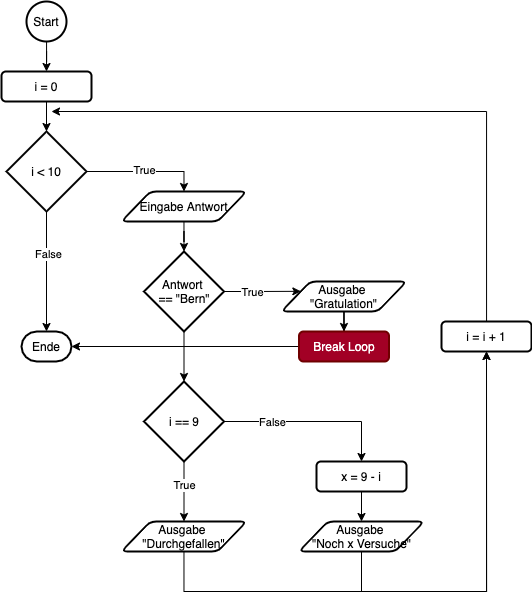
The draw.io diagram unterricht/programmieren/5-loops/files/prüfungssoftware.drawio.png in pgigeruzh/informatik, before a commit. Source tidied: cells renumbered, new cells last; positions are measured from the earlier drawing's top-left corner, leaving out a move shared by most shapes.
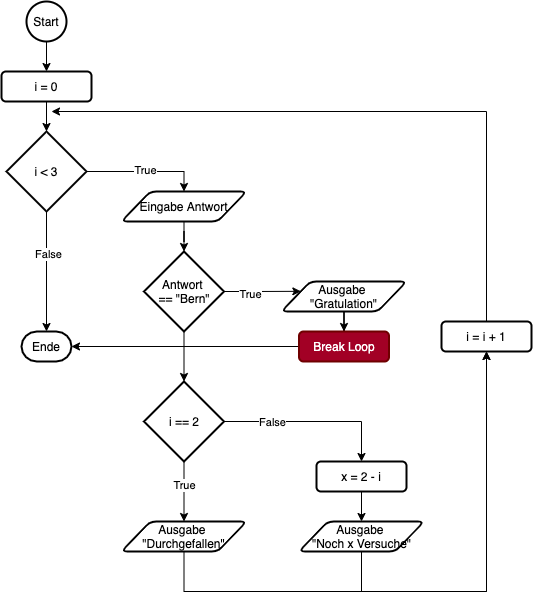
The same diagram one commit later.

The edit, as a diff of the source:
```diff
@@ -23,7 +23,7 @@
     <mxCell id="8" value="False" style="edgeLabel;html=1;align=center;verticalAlign=middle;" parent="7" vertex="1">
       <mxGeometry x="-0.3" y="1" relative="1" as="geometry" />
     </mxCell>
-    <mxCell id="9" value="i &amp;lt; 10" style="strokeWidth=2;html=1;shape=mxgraph.flowchart.decision;whiteSpace=wrap;" parent="1" vertex="1">
+    <mxCell id="9" value="i &amp;lt; 3" style="strokeWidth=2;html=1;shape=mxgraph.flowchart.decision;whiteSpace=wrap;" parent="1" vertex="1">
       <mxGeometry x="5" y="130" width="80" height="80" as="geometry" />
     </mxCell>
     <mxCell id="10" style="edgeStyle=orthogonalEdgeStyle;rounded=0;jettySize=auto;html=1;exitX=0.5;exitY=1;exitDx=0;exitDy=0;entryX=0.5;entryY=0;entryDx=0;entryDy=0;entryPerimeter=0;" parent="1" edge="1" source="11" target="9">
@@ -80,7 +80,7 @@
         <mxPoint x="3" y="-2" as="offset" />
       </mxGeometry>
     </mxCell>
-    <mxCell id="26" value="i == 9" style="strokeWidth=2;html=1;shape=mxgraph.flowchart.decision;whiteSpace=wrap;" parent="1" vertex="1">
+    <mxCell id="26" value="i == 2" style="strokeWidth=2;html=1;shape=mxgraph.flowchart.decision;whiteSpace=wrap;" parent="1" vertex="1">
       <mxGeometry x="142.5" y="380" width="80" height="80" as="geometry" />
     </mxCell>
     <mxCell id="27" style="edgeStyle=orthogonalEdgeStyle;rounded=0;jettySize=auto;html=1;entryX=0.5;entryY=1;entryDx=0;entryDy=0;" parent="1" edge="1" source="28" target="34">
@@ -108,7 +108,7 @@
     <mxCell id="31" style="edgeStyle=orthogonalEdgeStyle;rounded=0;jettySize=auto;html=1;exitX=0.5;exitY=1;exitDx=0;exitDy=0;entryX=0.5;entryY=0;entryDx=0;entryDy=0;" parent="1" edge="1" source="32" target="30">
       <mxGeometry relative="1" as="geometry" />
     </mxCell>
-    <mxCell id="32" value="&lt;span&gt;x = 9 - i&lt;/span&gt;" style="rounded=1;whiteSpace=wrap;html=1;strokeWidth=2;" parent="1" vertex="1">
+    <mxCell id="32" value="&lt;span&gt;x = 2 - i&lt;/span&gt;" style="rounded=1;whiteSpace=wrap;html=1;strokeWidth=2;" parent="1" vertex="1">
       <mxGeometry x="315" y="460" width="90" height="30" as="geometry" />
     </mxCell>
     <mxCell id="33" style="edgeStyle=orthogonalEdgeStyle;rounded=0;jettySize=auto;html=1;" parent="1" edge="1" source="34">
```
